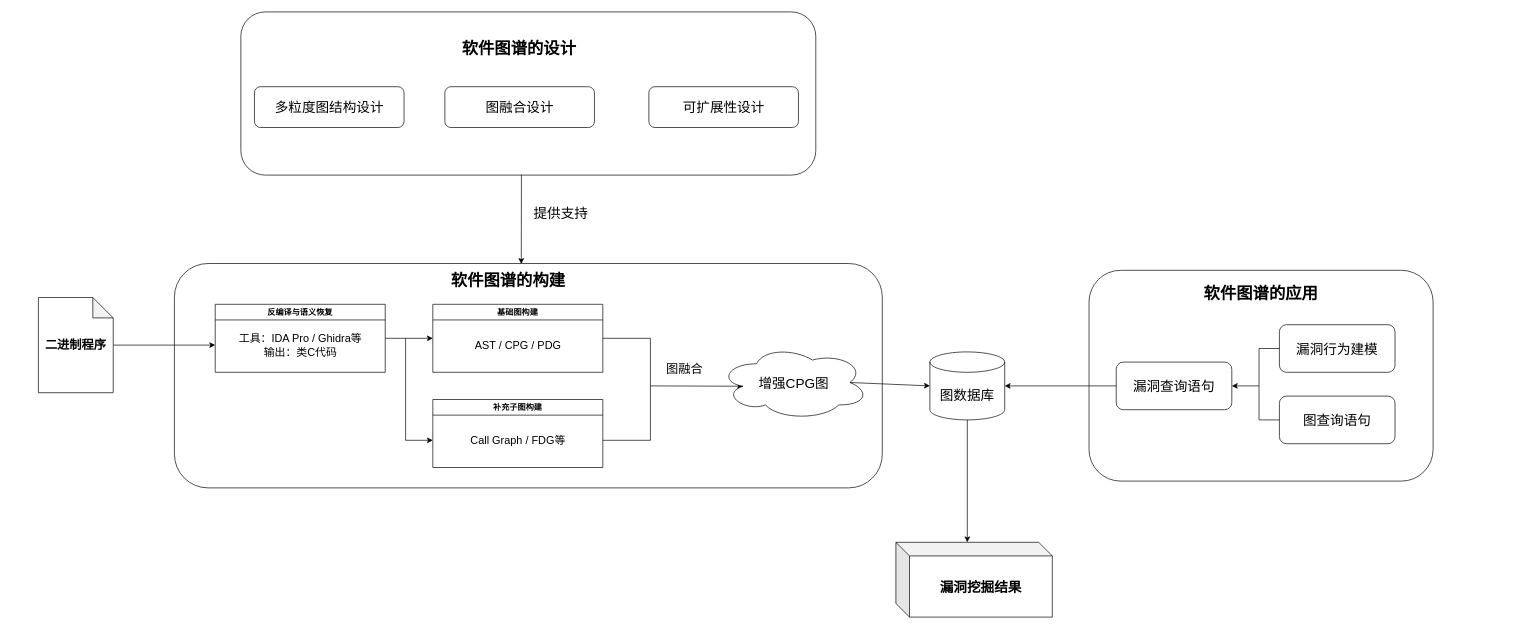
hourhl/Draw-io keeps this draw.io diagram as MindMap/硕士毕设系统框架-中期.drawio. Above is the earlier version. Source tidied: cells renumbered, new cells numbered last; positions are measured from the earlier drawing's top-left corner, leaving out a move shared by most shapes. Both pictures are drawn from the tidied source at 68%, with x=0, y=0 at pixel (38, 12).
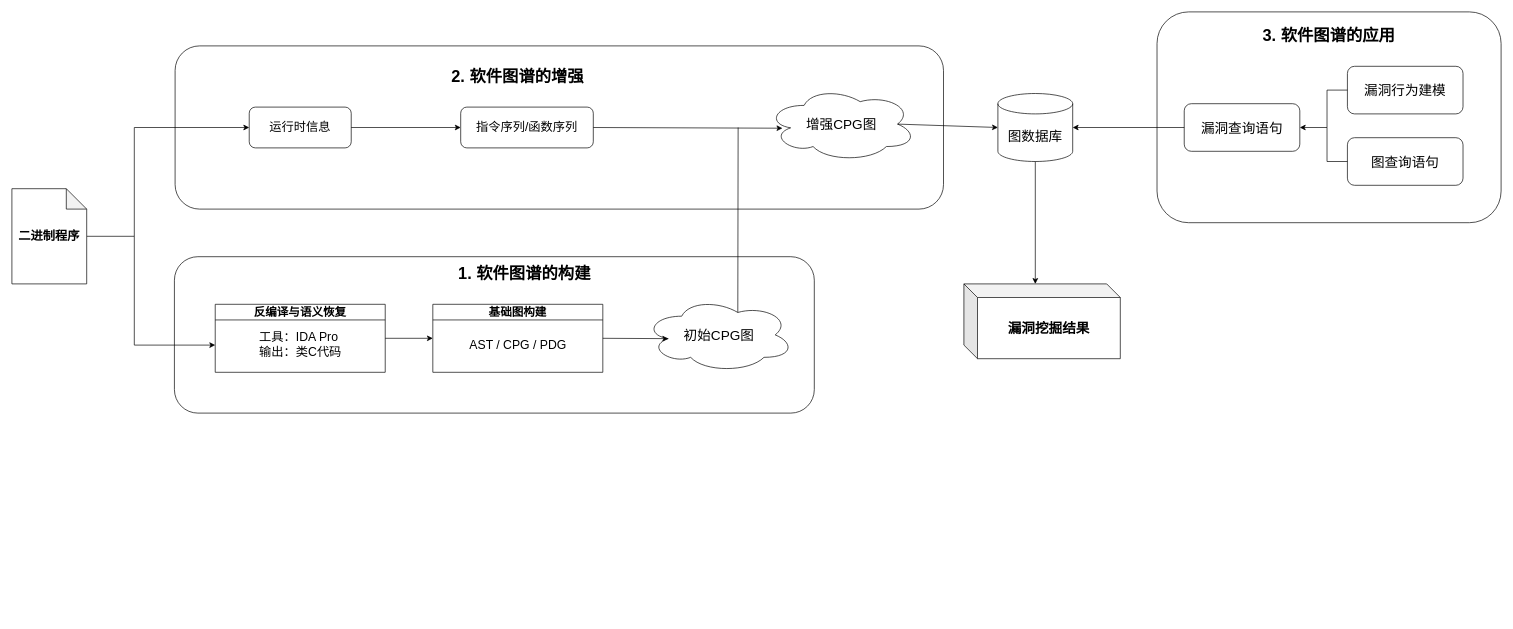
The same diagram, later.

Commit message:
更新硕士毕设系统框架-中期.drawio

What changed in the source:
```diff
@@
     <mxCell id="2" style="rounded=1;whiteSpace=wrap;html=1;" parent="1" vertex="1">
-      <mxGeometry x="200" y="370" width="1041" height="330" as="geometry" />
+      <mxGeometry x="200" y="360" width="941" height="230" as="geometry" />
     </mxCell>
     <mxCell id="3" style="edgeStyle=orthogonalEdgeStyle;rounded=0;jettySize=auto;html=1;" parent="1" edge="1" source="4">
       <mxGeometry relative="1" as="geometry">
         <mxPoint x="260" y="490" as="targetPoint" />
+        <Array as="points">
+          <mxPoint x="141" y="330" />
+          <mxPoint x="141" y="490" />
+        </Array>
       </mxGeometry>
     </mxCell>
     <mxCell id="4" value="&lt;font style=&quot;font-size: 18px;&quot;&gt;&lt;b&gt;二进制程序&lt;/b&gt;&lt;/font&gt;" style="shape=note;whiteSpace=wrap;html=1;backgroundOutline=1;darkOpacity=0.05;" parent="1" vertex="1">
-      <mxGeometry y="420" width="110" height="140" as="geometry" />
+      <mxGeometry x="-39" y="260" width="110" height="140" as="geometry" />
     </mxCell>
@@
-    <mxCell id="6" value="反编译与语义恢复" style="swimlane;whiteSpace=wrap;html=1;" parent="1" vertex="1">
+    <mxCell id="6" value="&lt;font style=&quot;font-size: 17px;&quot;&gt;反编译与语义恢复&lt;/font&gt;" style="swimlane;whiteSpace=wrap;html=1;startSize=23;" parent="1" vertex="1">
       <mxGeometry x="260" y="430" width="250" height="100" as="geometry" />
     </mxCell>
-    <mxCell id="7" value="&lt;font style=&quot;font-size: 16px;&quot;&gt;工具：IDA Pro / Ghidra等&lt;/font&gt;&lt;div&gt;&lt;font style=&quot;font-size: 16px;&quot;&gt;输出：类C代码&lt;/font&gt;&lt;/div&gt;" style="text;html=1;align=center;verticalAlign=middle;strokeColor=none;fillColor=none;" parent="6" vertex="1">
-      <mxGeometry x="25" y="35" width="200" height="50" as="geometry" />
+    <mxCell id="7" value="&lt;font style=&quot;font-size: 18px;&quot;&gt;工具：IDA Pro&amp;nbsp;&lt;/font&gt;&lt;div&gt;&lt;font style=&quot;font-size: 18px;&quot;&gt;输出：类C代码&lt;/font&gt;&lt;/div&gt;" style="text;html=1;align=center;verticalAlign=middle;strokeColor=none;fillColor=none;" parent="6" vertex="1">
+      <mxGeometry x="55" y="30" width="140" height="60" as="geometry" />
     </mxCell>
-    <mxCell id="8" value="基础图构建" style="swimlane;whiteSpace=wrap;html=1;" parent="1" vertex="1">
+    <mxCell id="8" value="&lt;font style=&quot;font-size: 17px;&quot;&gt;基础图构建&lt;/font&gt;" style="swimlane;whiteSpace=wrap;html=1;" parent="1" vertex="1">
       <mxGeometry x="580" y="430" width="250" height="100" as="geometry" />
     </mxCell>
-    <mxCell id="9" value="&lt;span style=&quot;font-size: 16px;&quot;&gt;AST / CPG / PDG&lt;/span&gt;" style="text;html=1;align=center;verticalAlign=middle;strokeColor=none;fillColor=none;" parent="8" vertex="1">
-      <mxGeometry x="50" y="45" width="150" height="30" as="geometry" />
+    <mxCell id="9" value="&lt;font style=&quot;font-size: 18px;&quot;&gt;AST / CPG / PDG&lt;/font&gt;" style="text;html=1;align=center;verticalAlign=middle;strokeColor=none;fillColor=none;" parent="8" vertex="1">
+      <mxGeometry x="40" y="40" width="170" height="40" as="geometry" />
     </mxCell>
-    <mxCell id="10" value="补充子图构建" style="swimlane;whiteSpace=wrap;html=1;" parent="1" vertex="1">
-      <mxGeometry x="580" y="570" width="250" height="100" as="geometry" />
-    </mxCell>
-    <mxCell id="11" value="&lt;span style=&quot;font-size: 16px;&quot;&gt;Call Graph / FDG等&lt;/span&gt;" style="text;html=1;align=center;verticalAlign=middle;strokeColor=none;fillColor=none;" parent="10" vertex="1">
-      <mxGeometry x="45" y="45" width="160" height="30" as="geometry" />
-    </mxCell>
-    <mxCell id="12" style="endArrow=classic;html=1;rounded=0;" parent="1" edge="1">
-      <mxGeometry relative="1" as="geometry">
-        <mxPoint x="540" y="480" as="sourcePoint" />
-        <mxPoint x="580" y="630" as="targetPoint" />
-        <Array as="points">
-          <mxPoint x="540" y="630" />
-        </Array>
-      </mxGeometry>
-    </mxCell>
-    <mxCell id="13" style="endArrow=classic;html=1;rounded=0;exitX=1;exitY=0.5;exitDx=0;exitDy=0;entryX=0.16;entryY=0.55;entryDx=0;entryDy=0;entryPerimeter=0;" parent="1" edge="1" source="8" target="33">
-      <mxGeometry relative="1" as="geometry">
-        <Array as="points">
-          <mxPoint x="900" y="480" />
-          <mxPoint x="900" y="550" />
-        </Array>
-      </mxGeometry>
-    </mxCell>
-    <mxCell id="14" style="endArrow=none;html=1;rounded=0;" parent="1" edge="1">
-      <mxGeometry relative="1" as="geometry">
-        <mxPoint x="830" y="630" as="sourcePoint" />
-        <mxPoint x="900" y="550" as="targetPoint" />
-        <Array as="points">
-          <mxPoint x="900" y="630" />
-        </Array>
-      </mxGeometry>
-    </mxCell>
     <mxCell id="15" value="&lt;font style=&quot;font-size: 20px;&quot;&gt;图数据库&lt;/font&gt;" style="shape=cylinder3;whiteSpace=wrap;html=1;boundedLbl=1;backgroundOutline=1;size=15;" parent="1" vertex="1">
-      <mxGeometry x="1311" y="500" width="110" height="100" as="geometry" />
+      <mxGeometry x="1411" y="120" width="110" height="100" as="geometry" />
     </mxCell>
-    <mxCell id="16" value="&lt;font style=&quot;font-size: 18px;&quot;&gt;图融合&lt;/font&gt;" style="text;html=1;align=center;verticalAlign=middle;strokeColor=none;fillColor=none;" parent="1" vertex="1">
-      <mxGeometry x="910" y="505" width="80" height="40" as="geometry" />
-    </mxCell>
-    <mxCell id="17" value="&lt;b&gt;&lt;font style=&quot;font-size: 24px;&quot;&gt;软件图谱的构建&lt;/font&gt;&lt;/b&gt;" style="text;html=1;align=center;verticalAlign=middle;whiteSpace=wrap;rounded=0;" parent="1" vertex="1">
-      <mxGeometry x="601" y="380" width="180" height="30" as="geometry" />
+    <mxCell id="17" value="&lt;b&gt;&lt;font style=&quot;font-size: 24px;&quot;&gt;1. 软件图谱的构建&lt;/font&gt;&lt;/b&gt;" style="text;html=1;align=center;verticalAlign=middle;whiteSpace=wrap;rounded=0;" parent="1" vertex="1">
+      <mxGeometry x="600" y="370" width="230" height="30" as="geometry" />
     </mxCell>
     <mxCell id="18" style="rounded=1;whiteSpace=wrap;html=1;" parent="1" vertex="1">
-      <mxGeometry x="297.7" width="845.5" height="240" as="geometry" />
+      <mxGeometry x="201" y="50" width="1130" height="240" as="geometry" />
     </mxCell>
-    <mxCell id="19" value="&lt;font style=&quot;font-size: 24px;&quot;&gt;&lt;b style=&quot;&quot;&gt;软件图谱的设计&lt;/b&gt;&lt;/font&gt;" style="text;html=1;align=center;verticalAlign=middle;whiteSpace=wrap;rounded=0;" parent="1" vertex="1">
-      <mxGeometry x="572.2" y="30" width="270" height="50" as="geometry" />
+    <mxCell id="19" value="&lt;span style=&quot;font-size: 24px;&quot;&gt;&lt;b&gt;2. 软件图谱的增强&lt;/b&gt;&lt;/span&gt;" style="text;html=1;align=center;verticalAlign=middle;whiteSpace=wrap;rounded=0;" parent="1" vertex="1">
+      <mxGeometry x="570" y="70" width="270" height="50" as="geometry" />
     </mxCell>
     <mxCell id="20" style="rounded=1;whiteSpace=wrap;html=1;" parent="1" vertex="1">
-      <mxGeometry x="1545" y="380" width="506" height="310" as="geometry" />
+      <mxGeometry x="1645" width="506" height="310" as="geometry" />
     </mxCell>
-    <mxCell id="21" value="&lt;font style=&quot;font-size: 24px;&quot;&gt;&lt;b style=&quot;&quot;&gt;软件图谱的应用&lt;/b&gt;&lt;/font&gt;" style="text;html=1;align=center;verticalAlign=middle;whiteSpace=wrap;rounded=0;" parent="1" vertex="1">
-      <mxGeometry x="1683" y="400" width="230" height="30" as="geometry" />
+    <mxCell id="21" value="&lt;font style=&quot;font-size: 24px;&quot;&gt;&lt;b style=&quot;&quot;&gt;3. 软件图谱的应用&lt;/b&gt;&lt;/font&gt;" style="text;html=1;align=center;verticalAlign=middle;whiteSpace=wrap;rounded=0;" parent="1" vertex="1">
+      <mxGeometry x="1783" y="20" width="230" height="30" as="geometry" />
     </mxCell>
     <mxCell id="22" value="&lt;font style=&quot;font-size: 20px;&quot;&gt;漏洞行为建模&lt;/font&gt;" style="rounded=1;whiteSpace=wrap;html=1;" parent="1" vertex="1">
-      <mxGeometry x="1825" y="460" width="170" height="70" as="geometry" />
+      <mxGeometry x="1925" y="80" width="170" height="70" as="geometry" />
     </mxCell>
     <mxCell id="23" value="&lt;font style=&quot;font-size: 20px;&quot;&gt;图查询语句&lt;/font&gt;" style="rounded=1;whiteSpace=wrap;html=1;" parent="1" vertex="1">
-      <mxGeometry x="1825" y="565" width="170" height="70" as="geometry" />
+      <mxGeometry x="1925" y="185" width="170" height="70" as="geometry" />
     </mxCell>
     <mxCell id="24" value="&lt;font style=&quot;font-size: 20px;&quot;&gt;漏洞查询语句&lt;/font&gt;" style="rounded=1;whiteSpace=wrap;html=1;" parent="1" vertex="1">
-      <mxGeometry x="1585" y="515" width="170" height="70" as="geometry" />
+      <mxGeometry x="1685" y="135" width="170" height="70" as="geometry" />
     </mxCell>
     <mxCell id="25" style="endArrow=classic;html=1;rounded=0;exitX=0;exitY=0.5;exitDx=0;exitDy=0;entryX=1;entryY=0.5;entryDx=0;entryDy=0;" parent="1" edge="1" source="22" target="24">
       <mxGeometry relative="1" as="geometry">
         <Array as="points">
-          <mxPoint x="1795" y="495" />
-          <mxPoint x="1795" y="550" />
+          <mxPoint x="1895" y="115" />
+          <mxPoint x="1895" y="170" />
         </Array>
       </mxGeometry>
     </mxCell>
     <mxCell id="26" style="endArrow=none;html=1;rounded=0;exitX=0;exitY=0.5;exitDx=0;exitDy=0;" parent="1" edge="1" source="23">
       <mxGeometry relative="1" as="geometry">
-        <mxPoint x="1795" y="550" as="targetPoint" />
+        <mxPoint x="1895" y="170" as="targetPoint" />
         <Array as="points">
-          <mxPoint x="1795" y="600" />
+          <mxPoint x="1895" y="220" />
         </Array>
       </mxGeometry>
     </mxCell>
@@
-    <mxCell id="28" value="&lt;font style=&quot;font-size: 20px;&quot;&gt;多粒度图结构设计&lt;/font&gt;" style="rounded=1;whiteSpace=wrap;html=1;" parent="1" vertex="1">
-      <mxGeometry x="317.7" y="110" width="220" height="60" as="geometry" />
-    </mxCell>
-    <mxCell id="29" value="&lt;font style=&quot;font-size: 20px;&quot;&gt;图融合设计&lt;/font&gt;" style="rounded=1;whiteSpace=wrap;html=1;" parent="1" vertex="1">
-      <mxGeometry x="597.7" y="110" width="220" height="60" as="geometry" />
-    </mxCell>
-    <mxCell id="30" value="&lt;font style=&quot;font-size: 20px;&quot;&gt;可扩展性设计&lt;/font&gt;" style="rounded=1;whiteSpace=wrap;html=1;" parent="1" vertex="1">
-      <mxGeometry x="897.7" y="110" width="220" height="60" as="geometry" />
-    </mxCell>
     <mxCell id="31" value="&lt;font style=&quot;font-size: 20px;&quot;&gt;&lt;b&gt;漏洞挖掘结果&lt;/b&gt;&lt;/font&gt;" style="shape=cube;whiteSpace=wrap;html=1;boundedLbl=1;backgroundOutline=1;darkOpacity=0.05;darkOpacity2=0.1;" parent="1" vertex="1">
-      <mxGeometry x="1261" y="780" width="230" height="110" as="geometry" />
+      <mxGeometry x="1361" y="400" width="230" height="110" as="geometry" />
     </mxCell>
@@
     <mxCell id="33" value="&lt;font style=&quot;font-size: 20px;&quot;&gt;增强CPG图&lt;/font&gt;" style="ellipse;shape=cloud;whiteSpace=wrap;html=1;" parent="1" vertex="1">
-      <mxGeometry x="1001" y="490" width="220" height="110" as="geometry" />
+      <mxGeometry x="1071" y="110" width="220" height="110" as="geometry" />
     </mxCell>
@@
-    <mxCell id="35" style="endArrow=classic;html=1;rounded=0;exitX=0.488;exitY=0.998;exitDx=0;exitDy=0;exitPerimeter=0;entryX=0.49;entryY=0.002;entryDx=0;entryDy=0;entryPerimeter=0;" parent="1" edge="1" source="18" target="2">
-      <mxGeometry relative="1" as="geometry" />
-    </mxCell>
-    <mxCell id="36" value="&lt;font style=&quot;font-size: 20px;&quot;&gt;提供支持&lt;/font&gt;" style="text;html=1;align=center;verticalAlign=middle;strokeColor=none;fillColor=none;" parent="1" vertex="1">
-      <mxGeometry x="718" y="275" width="100" height="40" as="geometry" />
-    </mxCell>
+    <mxCell id="37" value="&lt;font style=&quot;font-size: 20px;&quot;&gt;初始CPG图&lt;/font&gt;" style="ellipse;shape=cloud;whiteSpace=wrap;html=1;" parent="1" vertex="1">
+      <mxGeometry x="891" y="420" width="220" height="110" as="geometry" />
+    </mxCell>
+    <mxCell id="38" style="endArrow=classic;html=1;rounded=0;exitX=1;exitY=0.5;exitDx=0;exitDy=0;entryX=0.16;entryY=0.55;entryDx=0;entryDy=0;entryPerimeter=0;" parent="1" edge="1" source="8" target="37">
+      <mxGeometry relative="1" as="geometry" />
+    </mxCell>
+    <mxCell id="39" value="&lt;font style=&quot;font-size: 18px;&quot;&gt;运行时信息&lt;/font&gt;" style="rounded=1;whiteSpace=wrap;html=1;" parent="1" vertex="1">
+      <mxGeometry x="310" y="140" width="150" height="60" as="geometry" />
+    </mxCell>
+    <mxCell id="40" style="endArrow=classic;html=1;rounded=0;entryX=0;entryY=0.5;entryDx=0;entryDy=0;" parent="1" edge="1" target="39">
+      <mxGeometry relative="1" as="geometry">
+        <mxPoint x="141" y="330" as="sourcePoint" />
+        <Array as="points">
+          <mxPoint x="141" y="170" />
+        </Array>
+      </mxGeometry>
+    </mxCell>
+    <mxCell id="41" value="&lt;font style=&quot;font-size: 18px;&quot;&gt;指令序列/函数序列&lt;/font&gt;" style="rounded=1;whiteSpace=wrap;html=1;" parent="1" vertex="1">
+      <mxGeometry x="621" y="140" width="195" height="60" as="geometry" />
+    </mxCell>
+    <mxCell id="42" style="endArrow=classic;html=1;rounded=0;exitX=1;exitY=0.5;exitDx=0;exitDy=0;entryX=0;entryY=0.5;entryDx=0;entryDy=0;" parent="1" edge="1" source="39" target="41">
+      <mxGeometry relative="1" as="geometry" />
+    </mxCell>
+    <mxCell id="43" style="endArrow=classic;html=1;rounded=0;exitX=1;exitY=0.5;exitDx=0;exitDy=0;entryX=0.105;entryY=0.555;entryDx=0;entryDy=0;entryPerimeter=0;" parent="1" edge="1" source="41" target="33">
+      <mxGeometry relative="1" as="geometry" />
+    </mxCell>
+    <mxCell id="44" style="endArrow=none;html=1;rounded=0;exitX=0.625;exitY=0.2;exitDx=0;exitDy=0;exitPerimeter=0;" parent="1" edge="1" source="37">
+      <mxGeometry relative="1" as="geometry">
+        <mxPoint x="1029" y="170" as="targetPoint" />
+      </mxGeometry>
+    </mxCell>
```
